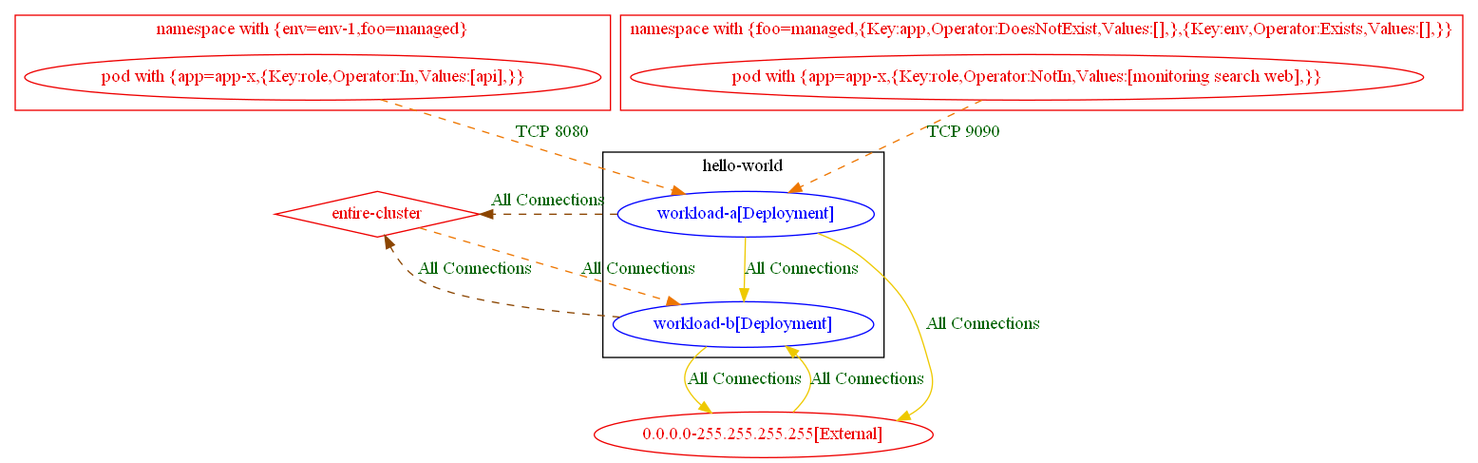
np-guard/netpol-analyzer keeps this Graphviz diagram as test_outputs/connlist/exposure_test_with_different_rules_6_exposure_output.dot.png. Above is the earlier version. Its source is kept beside it as test_outputs/connlist/exposure_test_with_different_rules_6_exposure_output.dot.
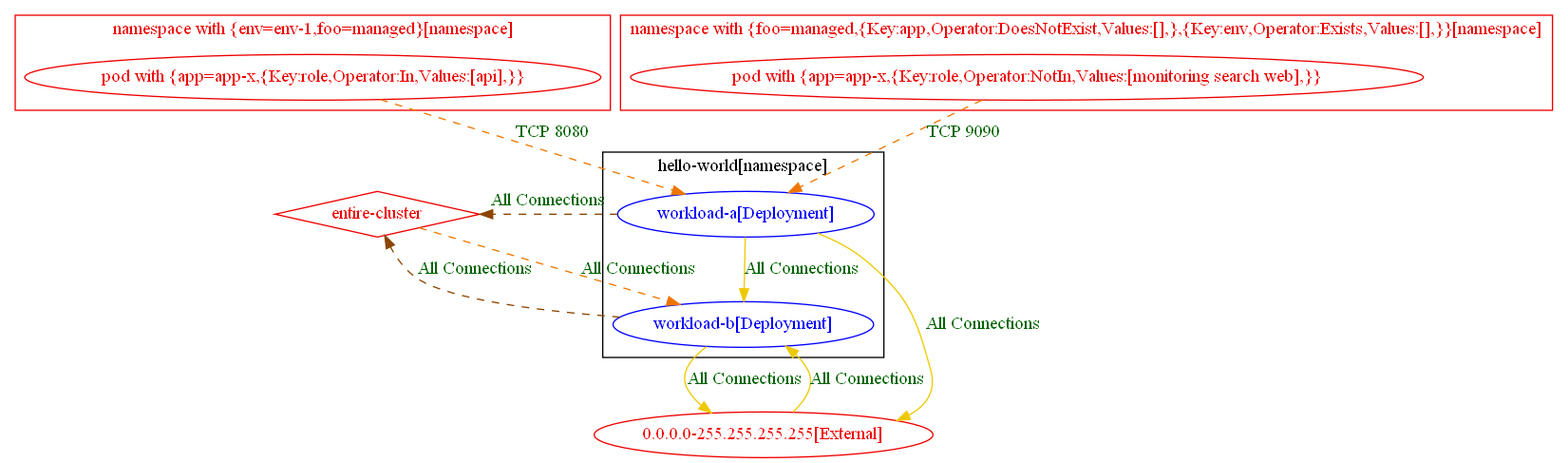
Above is the later version.

Diff of the diagram source:
```diff
@@ -1,22 +1,22 @@
 digraph {
-	subgraph "cluster_hello_world" {
+	subgraph "cluster_hello_world[namespace]" {
 		color="black"
 		fontcolor="black"
 		"hello-world/workload-a[Deployment]" [label="workload-a[Deployment]" color="blue" fontcolor="blue"]
 		"hello-world/workload-b[Deployment]" [label="workload-b[Deployment]" color="blue" fontcolor="blue"]
-		label="hello-world"
+		label="hello-world[namespace]"
 	}
-	subgraph "cluster_namespace with {env=env_1,foo=managed}" {
+	subgraph "cluster_namespace with {env=env_1,foo=managed}[namespace]" {
 		color="red2"
 		fontcolor="red2"
 		"pod with {app=app-x,{Key:role,Operator:In,Values:[api],}}_in_namespace with {env=env-1,foo=managed}" [label="pod with {app=app-x,{Key:role,Operator:In,Values:[api],}}" color="red2" fontcolor="red2"]
-		label="namespace with {env=env-1,foo=managed}"
+		label="namespace with {env=env-1,foo=managed}[namespace]"
 	}
-	subgraph "cluster_namespace with {foo=managed,{Key:app,Operator:DoesNotExist,Values:[],},{Key:env,Operator:Exists,Values:[],}}" {
+	subgraph "cluster_namespace with {foo=managed,{Key:app,Operator:DoesNotExist,Values:[],},{Key:env,Operator:Exists,Values:[],}}[namespace]" {
 		color="red2"
 		fontcolor="red2"
 		"pod with {app=app-x,{Key:role,Operator:NotIn,Values:[monitoring search web],}}_in_namespace with {foo=managed,{Key:app,Operator:DoesNotExist,Values:[],},{Key:env,Operator:Exists,Values:[],}}" [label="pod with {app=app-x,{Key:role,Operator:NotIn,Values:[monitoring search web],}}" color="red2" fontcolor="red2"]
-		label="namespace with {foo=managed,{Key:app,Operator:DoesNotExist,Values:[],},{Key:env,Operator:Exists,Values:[],}}"
+		label="namespace with {foo=managed,{Key:app,Operator:DoesNotExist,Values:[],},{Key:env,Operator:Exists,Values:[],}}[namespace]"
 	}
 	"0.0.0.0-255.255.255.255[External]" [label="0.0.0.0-255.255.255.255[External]" color="red2" fontcolor="red2"]
 	"entire-cluster" [label="entire-cluster" color="red2" fontcolor="red2" shape=diamond]
```
